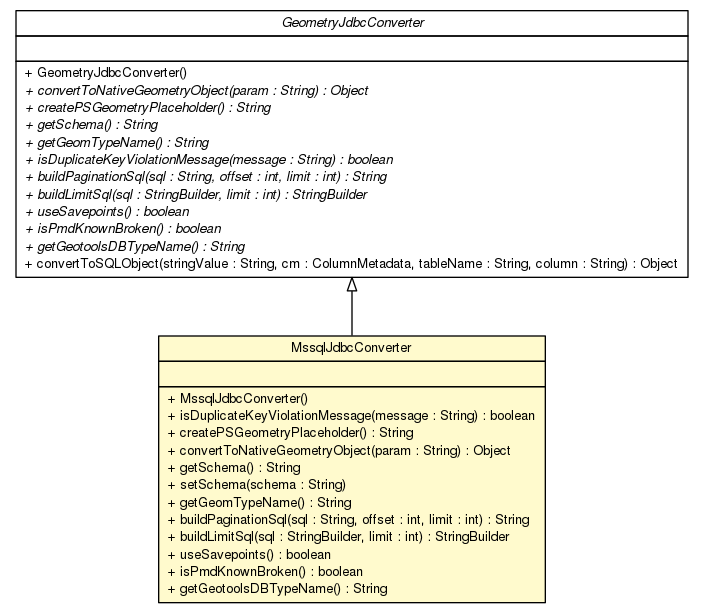
Before: brmo-loader/apidocs/nl/b3p/brmo/loader/jdbc/MssqlJdbcConverter.png, a diagram exported from Graphviz (B3Partners/brmo). Its source is kept beside it as brmo-loader/apidocs/nl/b3p/brmo/loader/jdbc/MssqlJdbcConverter.dot.
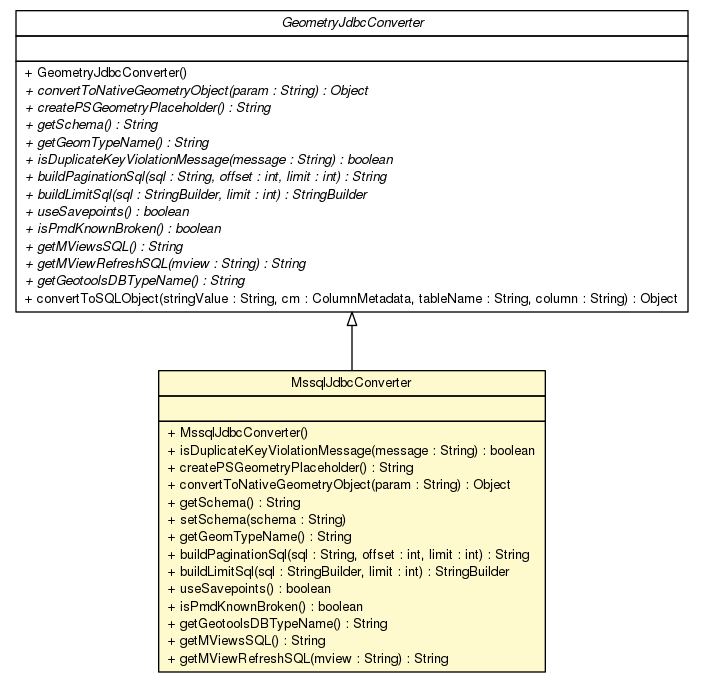
Above is the later version.

What changed in the source:
```diff
@@ -22,6 +22,8 @@
 <tr><td align="left" balign="left"><font face="Helvetica-Oblique" point-size="10.0"> + buildLimitSql(sql : StringBuilder, limit : int) : StringBuilder </font></td></tr>
 <tr><td align="left" balign="left"><font face="Helvetica-Oblique" point-size="10.0"> + useSavepoints() : boolean </font></td></tr>
 <tr><td align="left" balign="left"><font face="Helvetica-Oblique" point-size="10.0"> + isPmdKnownBroken() : boolean </font></td></tr>
+<tr><td align="left" balign="left"><font face="Helvetica-Oblique" point-size="10.0"> + getMViewsSQL() : String </font></td></tr>
+<tr><td align="left" balign="left"><font face="Helvetica-Oblique" point-size="10.0"> + getMViewRefreshSQL(mview : String) : String </font></td></tr>
 <tr><td align="left" balign="left"><font face="Helvetica-Oblique" point-size="10.0"> + getGeotoolsDBTypeName() : String </font></td></tr>
 <tr><td align="left" balign="left"> + convertToSQLObject(stringValue : String, cm : ColumnMetadata, tableName : String, column : String) : Object </td></tr>
 		</table></td></tr>
@@ -46,6 +48,8 @@
 <tr><td align="left" balign="left"> + useSavepoints() : boolean </td></tr>
 <tr><td align="left" balign="left"> + isPmdKnownBroken() : boolean </td></tr>
 <tr><td align="left" balign="left"> + getGeotoolsDBTypeName() : String </td></tr>
+<tr><td align="left" balign="left"> + getMViewsSQL() : String </td></tr>
+<tr><td align="left" balign="left"> + getMViewRefreshSQL(mview : String) : String </td></tr>
 		</table></td></tr>
 		</table>>, URL="./MssqlJdbcConverter.html", fontname="Helvetica", fontcolor="black", fontsize=10.0];
 	c1955:p -> c1960:p [dir=back,arrowtail=empty];
```
